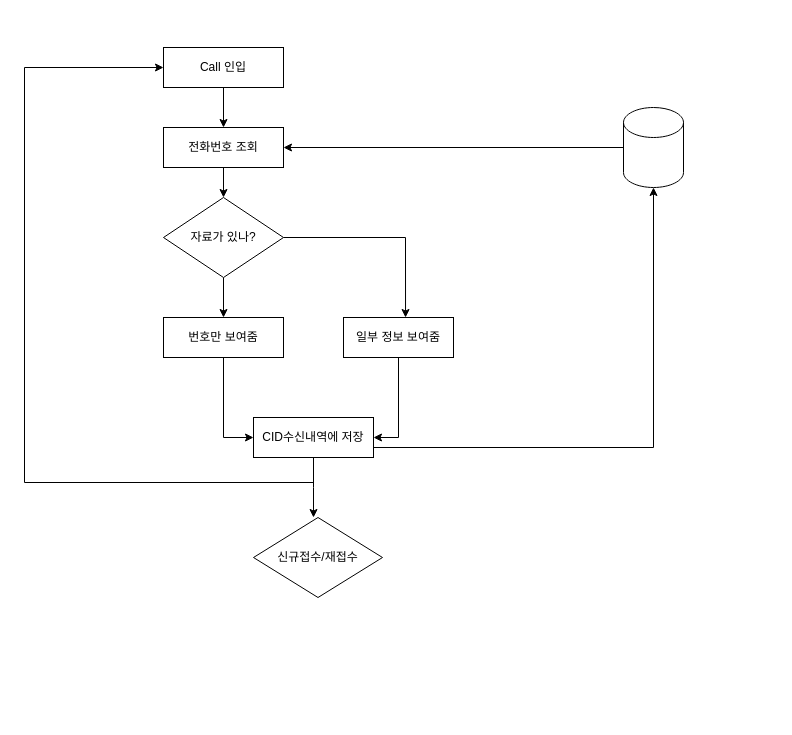
Above: 제목 없는 다이어그램.drawio in ong-jack/Document (draw.io), before the change. Source tidied: cells renumbered, new cells numbered last; positions are measured from the earlier drawing's top-left corner, leaving out a move shared by most shapes. Both pictures are drawn from the tidied source at 100%, with x=0, y=0 at pixel (24, 47).
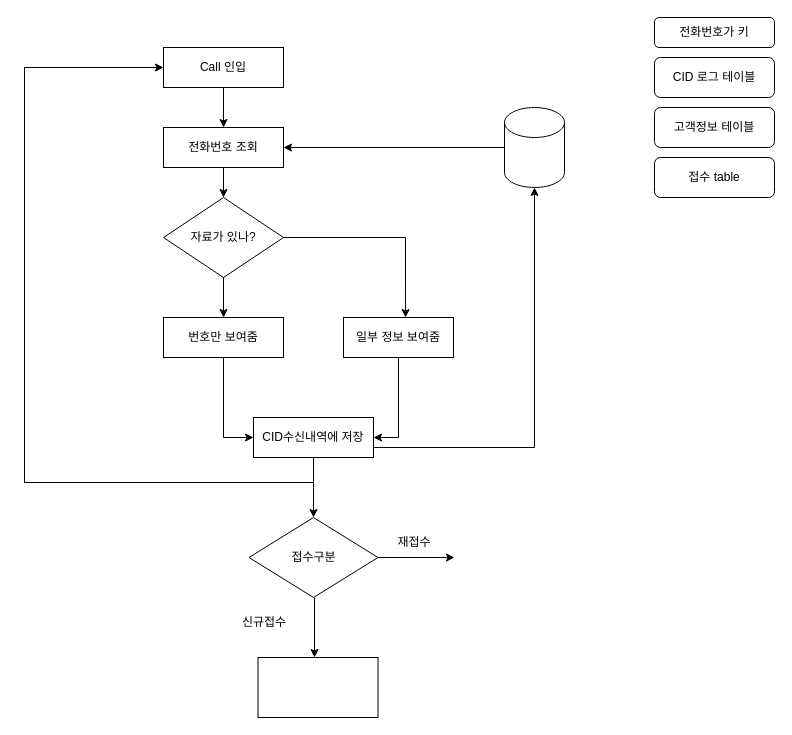
The same page after the edit.

Commit message:
제목 없는 다이어그램.drawio 업데이트

The change refers to these unchanged cells:
```xml
<mxCell id="7" value="전화번호 조회" style="rounded=0;whiteSpace=wrap;html=1;" parent="1" vertex="1">
  <mxGeometry x="139" y="80" width="120" height="40" as="geometry" />
</mxCell>
```

Diff of the diagram source:
```diff
@@
     <mxCell id="4" style="shape=cylinder3;whiteSpace=wrap;html=1;boundedLbl=1;backgroundOutline=1;size=15;" parent="1" vertex="1">
-      <mxGeometry x="599" y="60" width="60" height="80" as="geometry" />
+      <mxGeometry x="480" y="60" width="60" height="80" as="geometry" />
     </mxCell>
-    <mxCell id="5" style="edgeStyle=orthogonalEdgeStyle;rounded=0;jettySize=auto;html=1;entryX=1;entryY=0.5;entryDx=0;entryDy=0;" parent="1" edge="1" target="7">
+    <mxCell id="5" style="edgeStyle=orthogonalEdgeStyle;rounded=0;jettySize=auto;html=1;entryX=1;entryY=0.5;entryDx=0;entryDy=0;exitX=0;exitY=0.5;exitDx=0;exitDy=0;exitPerimeter=0;" parent="1" edge="1" source="4" target="7">
       <mxGeometry relative="1" as="geometry">
-        <mxPoint x="599" y="90" as="sourcePoint" />
         <Array as="points">
-          <mxPoint x="599" y="100" />
+          <mxPoint x="480" y="100" />
         </Array>
       </mxGeometry>
     </mxCell>
@@
-    <mxCell id="19" value="신규접수/재접수" style="rhombus;whiteSpace=wrap;html=1;" parent="1" vertex="1">
-      <mxGeometry x="229" y="470" width="129" height="80" as="geometry" />
+    <mxCell id="19" value="접수구분" style="rhombus;whiteSpace=wrap;html=1;" parent="1" vertex="1">
+      <mxGeometry x="224.5" y="470" width="129" height="80" as="geometry" />
     </mxCell>
+    <mxCell id="20" value="CID 로그 테이블" style="rounded=1;whiteSpace=wrap;html=1;" parent="1" vertex="1">
+      <mxGeometry x="630" y="10" width="120" height="40" as="geometry" />
+    </mxCell>
+    <mxCell id="21" value="전화번호가 키" style="rounded=1;whiteSpace=wrap;html=1;" parent="1" vertex="1">
+      <mxGeometry x="630" y="-30" width="120" height="30" as="geometry" />
+    </mxCell>
+    <mxCell id="22" value="고객정보 테이블" style="rounded=1;whiteSpace=wrap;html=1;" parent="1" vertex="1">
+      <mxGeometry x="630" y="60" width="120" height="40" as="geometry" />
+    </mxCell>
+    <mxCell id="23" value="접수 table" style="rounded=1;whiteSpace=wrap;html=1;" parent="1" vertex="1">
+      <mxGeometry x="630" y="110" width="120" height="40" as="geometry" />
+    </mxCell>
+    <mxCell id="24" style="endArrow=classic;html=1;rounded=0;" parent="1" edge="1">
+      <mxGeometry relative="1" as="geometry">
+        <mxPoint x="290" y="550" as="sourcePoint" />
+        <mxPoint x="290" y="610" as="targetPoint" />
+      </mxGeometry>
+    </mxCell>
+    <mxCell id="25" style="endArrow=classic;html=1;rounded=0;" parent="1" edge="1">
+      <mxGeometry relative="1" as="geometry">
+        <mxPoint x="353.5" y="510" as="sourcePoint" />
+        <mxPoint x="430" y="510" as="targetPoint" />
+      </mxGeometry>
+    </mxCell>
+    <mxCell id="26" value="재접수" style="text;html=1;align=center;verticalAlign=middle;whiteSpace=wrap;rounded=0;" parent="1" vertex="1">
+      <mxGeometry x="360" y="480" width="60" height="30" as="geometry" />
+    </mxCell>
+    <mxCell id="27" value="신규접수" style="text;html=1;align=center;verticalAlign=middle;whiteSpace=wrap;rounded=0;" parent="1" vertex="1">
+      <mxGeometry x="210" y="560" width="60" height="30" as="geometry" />
+    </mxCell>
+    <mxCell id="28" style="rounded=0;whiteSpace=wrap;html=1;" parent="1" vertex="1">
+      <mxGeometry x="233.5" y="610" width="120" height="60" as="geometry" />
+    </mxCell>
```
